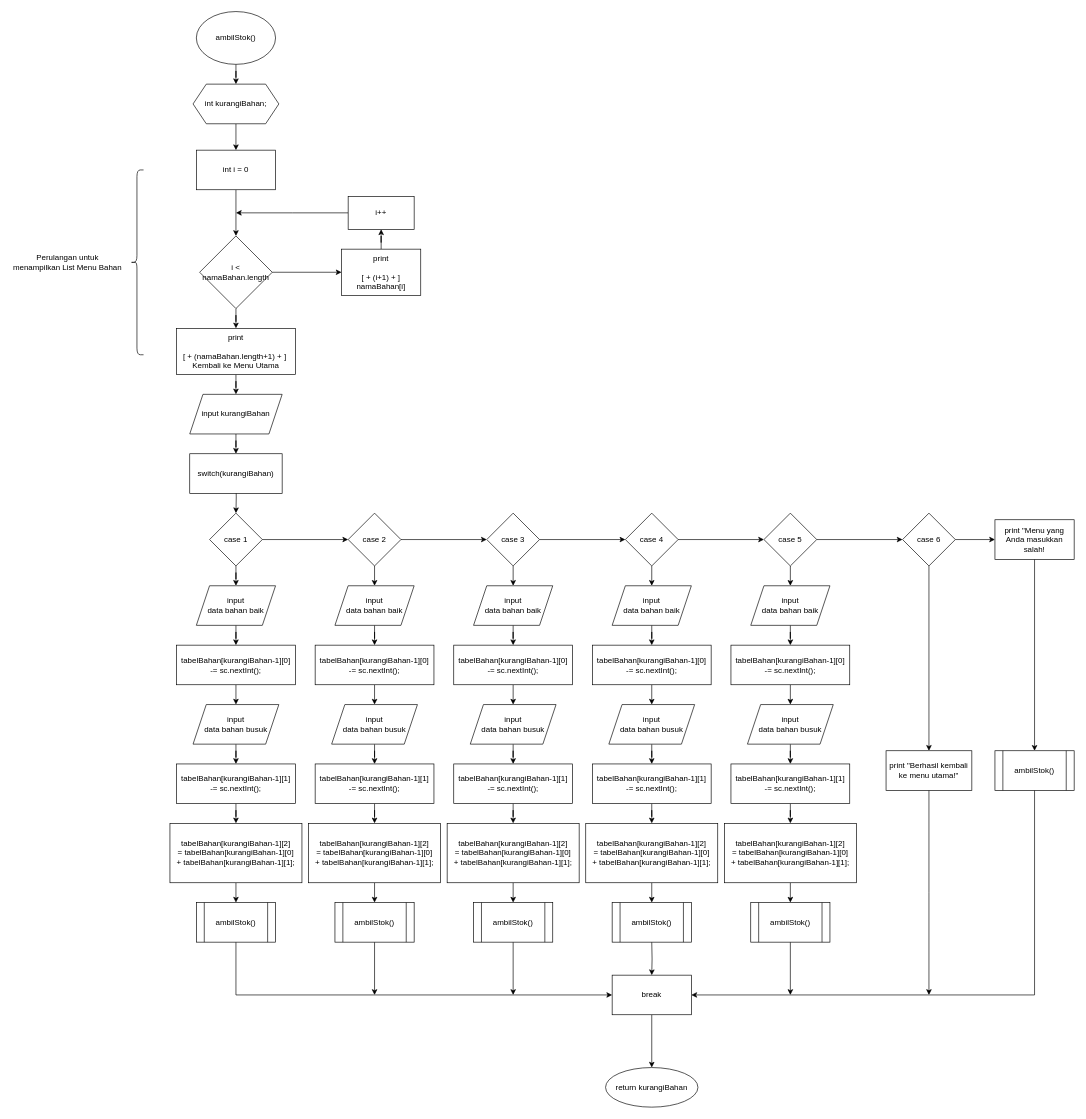
nhaidaar/daspro keeps this draw.io diagram as page "ambilStok" (7 of 9) of Tugas Akhir/Flowchart.drawio. Above is the earlier version. Source tidied: cells renumbered, new cells numbered last; positions are measured from the earlier drawing's top-left corner, leaving out a move shared by most shapes. Both pictures are drawn from the tidied source at 66%, with x=0, y=0 at pixel (11, 11).
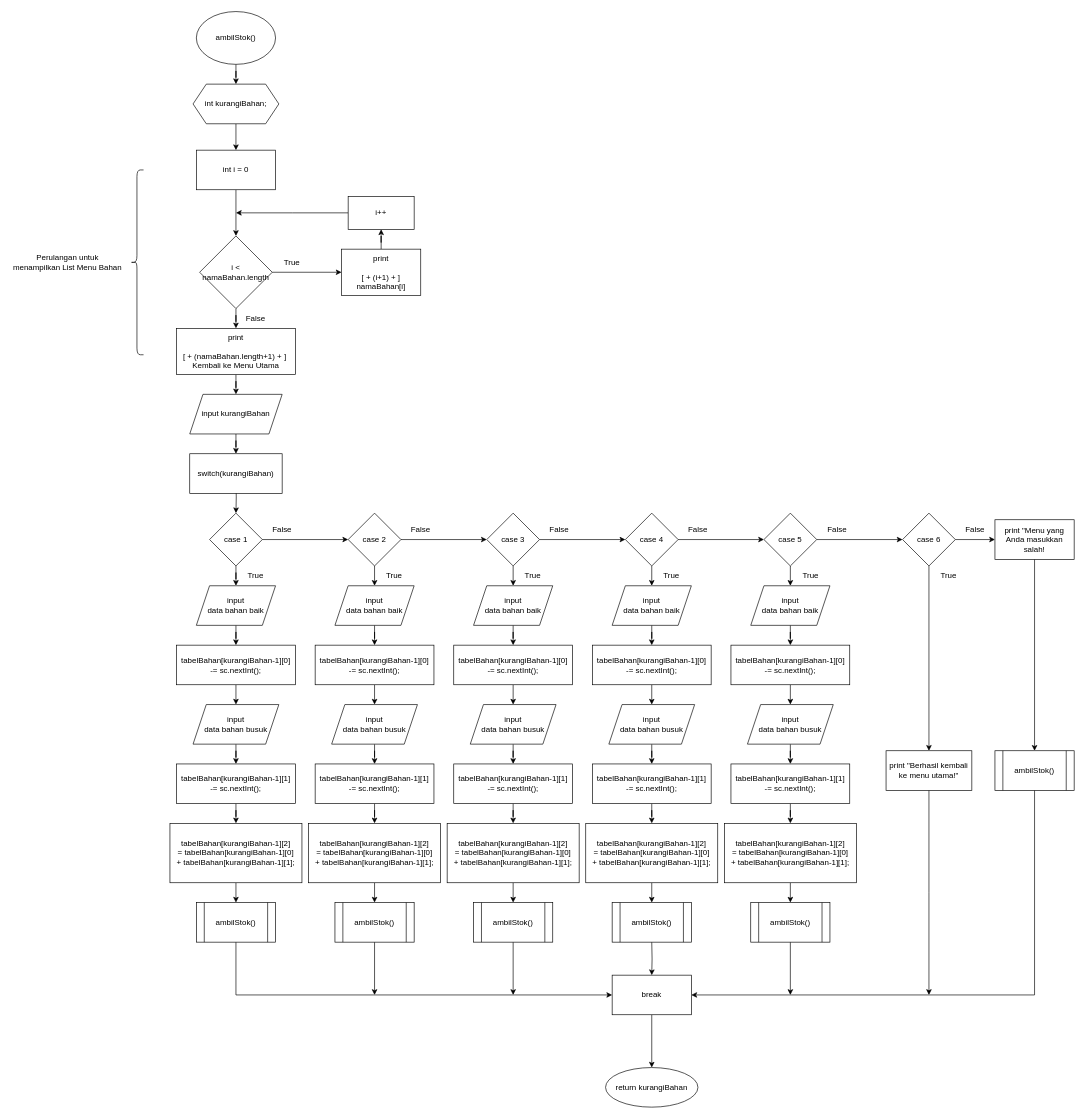
Above is the later version.

Change to the diagram source:
```diff
@@
+    <mxCell id="110" value="True" style="text;html=1;strokeColor=none;fillColor=none;align=center;verticalAlign=middle;whiteSpace=wrap;rounded=0;" parent="1" vertex="1">
+      <mxGeometry x="340" y="840" width="60" height="30" as="geometry" />
+    </mxCell>
+    <mxCell id="111" value="False" style="text;html=1;strokeColor=none;fillColor=none;align=center;verticalAlign=middle;whiteSpace=wrap;rounded=0;" parent="1" vertex="1">
+      <mxGeometry x="380" y="770" width="60" height="30" as="geometry" />
+    </mxCell>
+    <mxCell id="112" value="True" style="text;html=1;strokeColor=none;fillColor=none;align=center;verticalAlign=middle;whiteSpace=wrap;rounded=0;" parent="1" vertex="1">
+      <mxGeometry x="550" y="840" width="60" height="30" as="geometry" />
+    </mxCell>
+    <mxCell id="113" value="False" style="text;html=1;strokeColor=none;fillColor=none;align=center;verticalAlign=middle;whiteSpace=wrap;rounded=0;" parent="1" vertex="1">
+      <mxGeometry x="590" y="770" width="60" height="30" as="geometry" />
+    </mxCell>
+    <mxCell id="114" value="True" style="text;html=1;strokeColor=none;fillColor=none;align=center;verticalAlign=middle;whiteSpace=wrap;rounded=0;" parent="1" vertex="1">
+      <mxGeometry x="760" y="840" width="60" height="30" as="geometry" />
+    </mxCell>
+    <mxCell id="115" value="False" style="text;html=1;strokeColor=none;fillColor=none;align=center;verticalAlign=middle;whiteSpace=wrap;rounded=0;" parent="1" vertex="1">
+      <mxGeometry x="800" y="770" width="60" height="30" as="geometry" />
+    </mxCell>
+    <mxCell id="116" value="True" style="text;html=1;strokeColor=none;fillColor=none;align=center;verticalAlign=middle;whiteSpace=wrap;rounded=0;" parent="1" vertex="1">
+      <mxGeometry x="970" y="840" width="60" height="30" as="geometry" />
+    </mxCell>
+    <mxCell id="117" value="False" style="text;html=1;strokeColor=none;fillColor=none;align=center;verticalAlign=middle;whiteSpace=wrap;rounded=0;" parent="1" vertex="1">
+      <mxGeometry x="1010" y="770" width="60" height="30" as="geometry" />
+    </mxCell>
+    <mxCell id="118" value="True" style="text;html=1;strokeColor=none;fillColor=none;align=center;verticalAlign=middle;whiteSpace=wrap;rounded=0;" parent="1" vertex="1">
+      <mxGeometry x="1181" y="840" width="60" height="30" as="geometry" />
+    </mxCell>
+    <mxCell id="119" value="False" style="text;html=1;strokeColor=none;fillColor=none;align=center;verticalAlign=middle;whiteSpace=wrap;rounded=0;" parent="1" vertex="1">
+      <mxGeometry x="1221" y="770" width="60" height="30" as="geometry" />
+    </mxCell>
+    <mxCell id="120" value="True" style="text;html=1;strokeColor=none;fillColor=none;align=center;verticalAlign=middle;whiteSpace=wrap;rounded=0;" parent="1" vertex="1">
+      <mxGeometry x="1390" y="840" width="60" height="30" as="geometry" />
+    </mxCell>
+    <mxCell id="121" value="False" style="text;html=1;strokeColor=none;fillColor=none;align=center;verticalAlign=middle;whiteSpace=wrap;rounded=0;" parent="1" vertex="1">
+      <mxGeometry x="1430" y="770" width="60" height="30" as="geometry" />
+    </mxCell>
+    <mxCell id="122" value="True" style="text;html=1;strokeColor=none;fillColor=none;align=center;verticalAlign=middle;whiteSpace=wrap;rounded=0;" parent="1" vertex="1">
+      <mxGeometry x="395" y="365" width="60" height="30" as="geometry" />
+    </mxCell>
+    <mxCell id="123" value="False" style="text;html=1;strokeColor=none;fillColor=none;align=center;verticalAlign=middle;whiteSpace=wrap;rounded=0;" parent="1" vertex="1">
+      <mxGeometry x="340" y="450" width="60" height="30" as="geometry" />
+    </mxCell>
```
